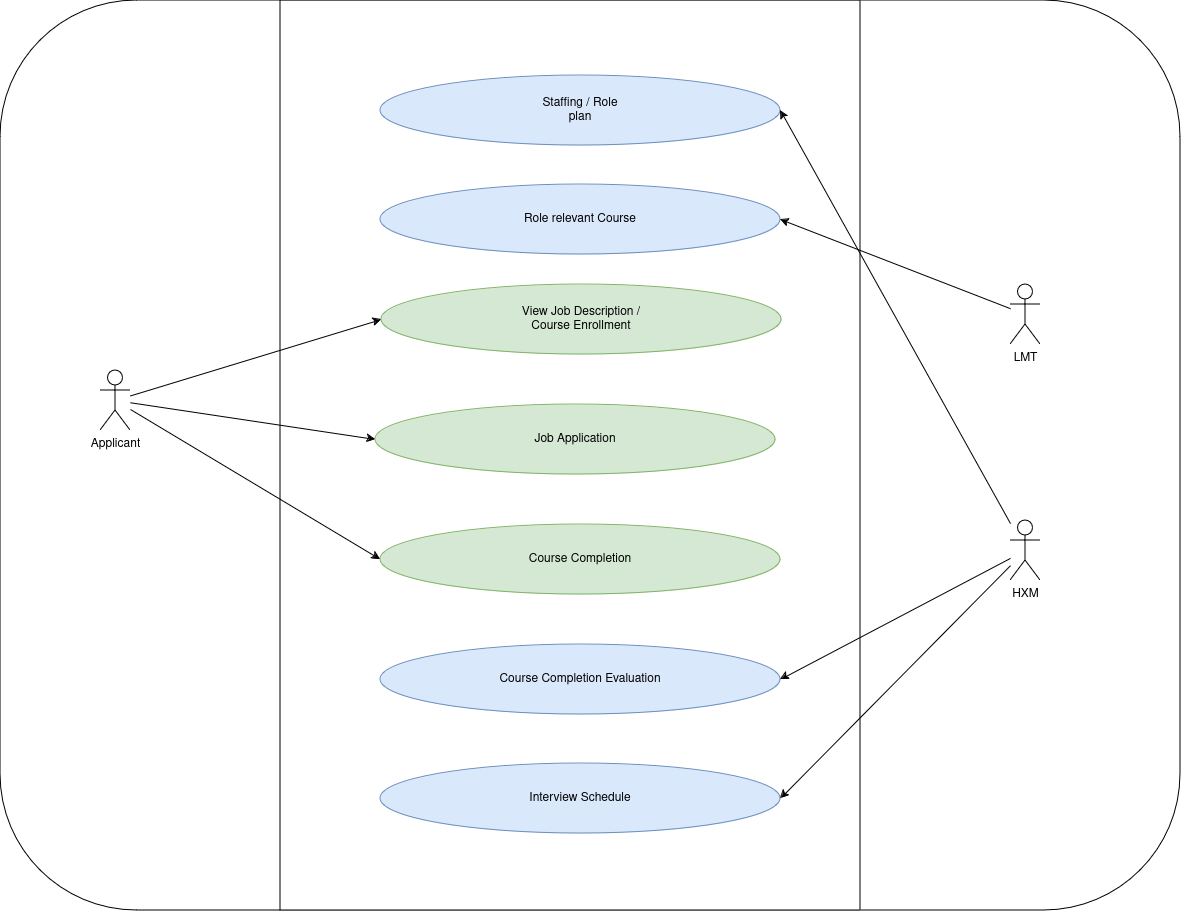
Earlier version of the draw.io export usecase/Untitled Diagram.png (Meharaj-thoufik/Quality-Candidate-Recruit). Source tidied: cells renumbered, new cells last; positions are measured from the earlier drawing's top-left corner, leaving out a move shared by most shapes.
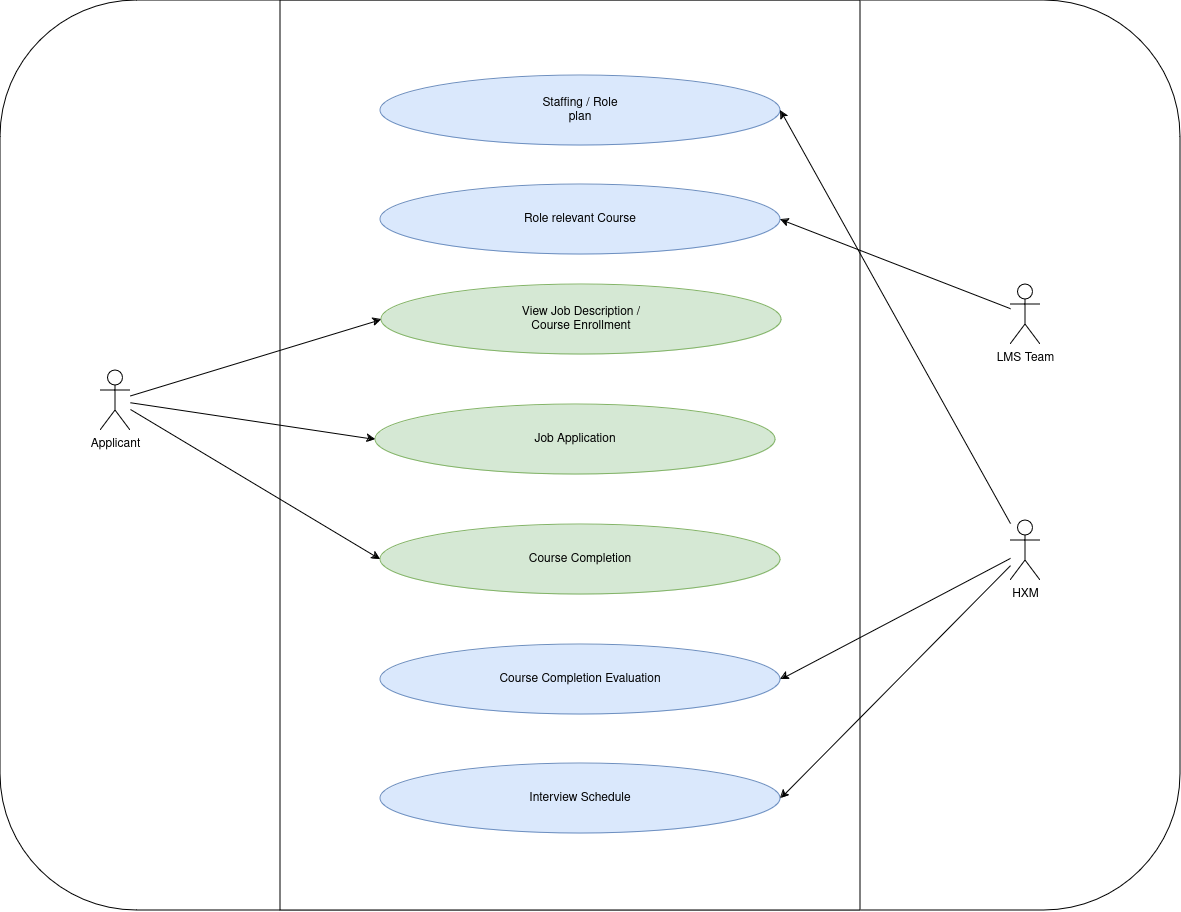
After the commit.

Change to the diagram source:
```diff
@@ -44,7 +44,7 @@
     <mxCell id="15" style="rounded=0;jettySize=auto;html=1;entryX=1;entryY=0.5;entryDx=0;entryDy=0;" parent="1" edge="1" source="16" target="5">
       <mxGeometry relative="1" as="geometry" />
     </mxCell>
-    <mxCell id="16" value="LMT" style="shape=umlActor;verticalLabelPosition=bottom;verticalAlign=top;html=1;outlineConnect=0;" parent="1" vertex="1">
+    <mxCell id="16" value="LMS Team" style="shape=umlActor;verticalLabelPosition=bottom;verticalAlign=top;html=1;outlineConnect=0;" parent="1" vertex="1">
       <mxGeometry x="1010" y="284" width="30" height="60" as="geometry" />
     </mxCell>
     <mxCell id="17" style="rounded=0;jettySize=auto;html=1;entryX=1;entryY=0.5;entryDx=0;entryDy=0;" parent="1" edge="1" source="20" target="4">
```
